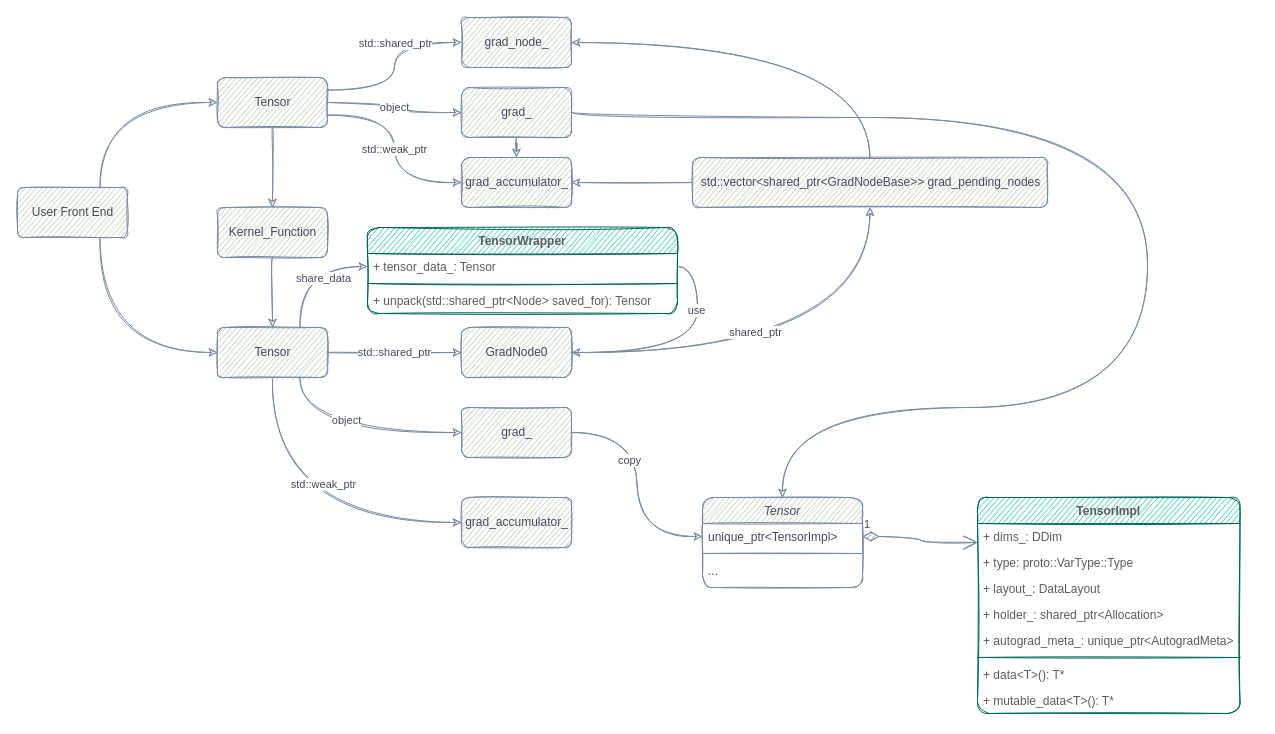
Earlier version of the draw.io diagram DygraphDepends.drawio (JiabinYang/Doc). Source tidied: cells renumbered, new cells numbered last; positions are measured from the earlier drawing's top-left corner, leaving out a move shared by most shapes. Both pictures are drawn from the tidied source at 100%, with x=0, y=0 at pixel (17, 17).
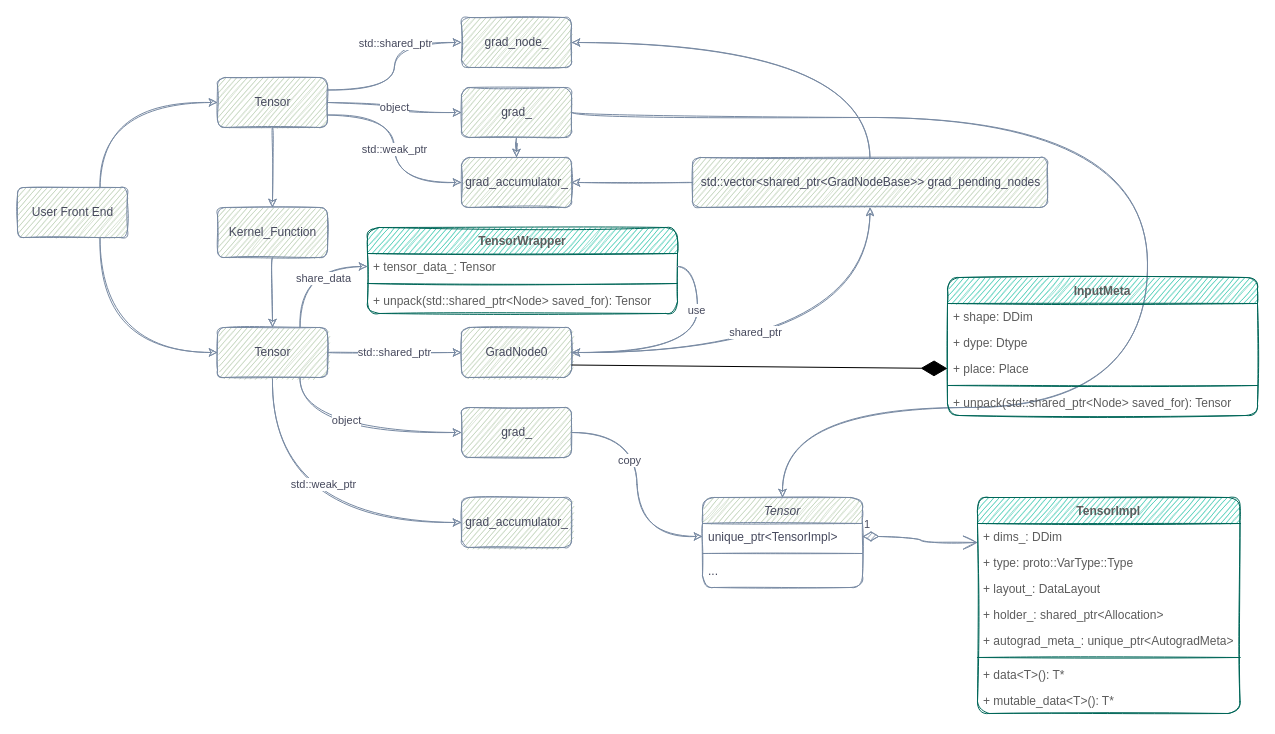
After the change.

The change refers to these unchanged cells:
```xml
<mxCell id="13" value="GradNode0" style="html=1;rounded=1;sketch=1;fontColor=#46495D;strokeColor=#788AA3;fillColor=#B2C9AB;" parent="1" vertex="1">
  <mxGeometry x="444" y="310" width="110" height="50" as="geometry" />
</mxCell>
```

Change to the diagram source:
```diff
@@
+    <mxCell id="56" value="InputMeta" style="swimlane;fontStyle=1;align=center;verticalAlign=top;horizontal=1;startSize=26;sketch=1;rounded=1;fillColor=#21C0A5;strokeColor=#006658;fontColor=#5C5C5C;" parent="1" vertex="1">
+      <mxGeometry x="930" y="260" width="310" height="138" as="geometry" />
+    </mxCell>
+    <mxCell id="57" value="+ shape: DDim" style="text;strokeColor=none;fillColor=none;align=left;verticalAlign=top;spacingLeft=4;spacingRight=4;overflow=hidden;sketch=1;rounded=1;fontColor=#5C5C5C;" parent="56" vertex="1">
+      <mxGeometry y="26" width="310" height="26" as="geometry" />
+    </mxCell>
+    <mxCell id="58" value="+ dype: Dtype" style="text;strokeColor=none;fillColor=none;align=left;verticalAlign=top;spacingLeft=4;spacingRight=4;overflow=hidden;sketch=1;rounded=1;fontColor=#5C5C5C;" parent="56" vertex="1">
+      <mxGeometry y="52" width="310" height="26" as="geometry" />
+    </mxCell>
+    <mxCell id="59" value="+ place: Place" style="text;strokeColor=none;fillColor=none;align=left;verticalAlign=top;spacingLeft=4;spacingRight=4;overflow=hidden;points=[[0,0.5],[1,0.5]];portConstraint=eastwest;sketch=1;rounded=1;fontColor=#5C5C5C;" parent="56" vertex="1">
+      <mxGeometry y="78" width="310" height="26" as="geometry" />
+    </mxCell>
+    <mxCell id="60" style="line;strokeWidth=1;fillColor=none;align=left;verticalAlign=middle;spacingTop=-1;spacingLeft=3;spacingRight=3;labelPosition=right;sketch=1;rounded=1;strokeColor=#006658;fontColor=#5C5C5C;" parent="56" vertex="1">
+      <mxGeometry y="104" width="310" height="8" as="geometry" />
+    </mxCell>
+    <mxCell id="61" value="+ unpack(std::shared_ptr&lt;Node&gt; saved_for): Tensor" style="text;strokeColor=none;fillColor=none;align=left;verticalAlign=top;spacingLeft=4;spacingRight=4;overflow=hidden;sketch=1;rounded=1;fontColor=#5C5C5C;" parent="56" vertex="1">
+      <mxGeometry y="112" width="310" height="26" as="geometry" />
+    </mxCell>
+    <mxCell id="62" style="endArrow=diamondThin;endFill=1;endSize=24;html=1;exitX=1;exitY=0.75;exitDx=0;exitDy=0;entryX=0;entryY=0.5;entryDx=0;entryDy=0;" parent="1" edge="1" source="13" target="59">
+      <mxGeometry relative="1" as="geometry" />
+    </mxCell>
```
